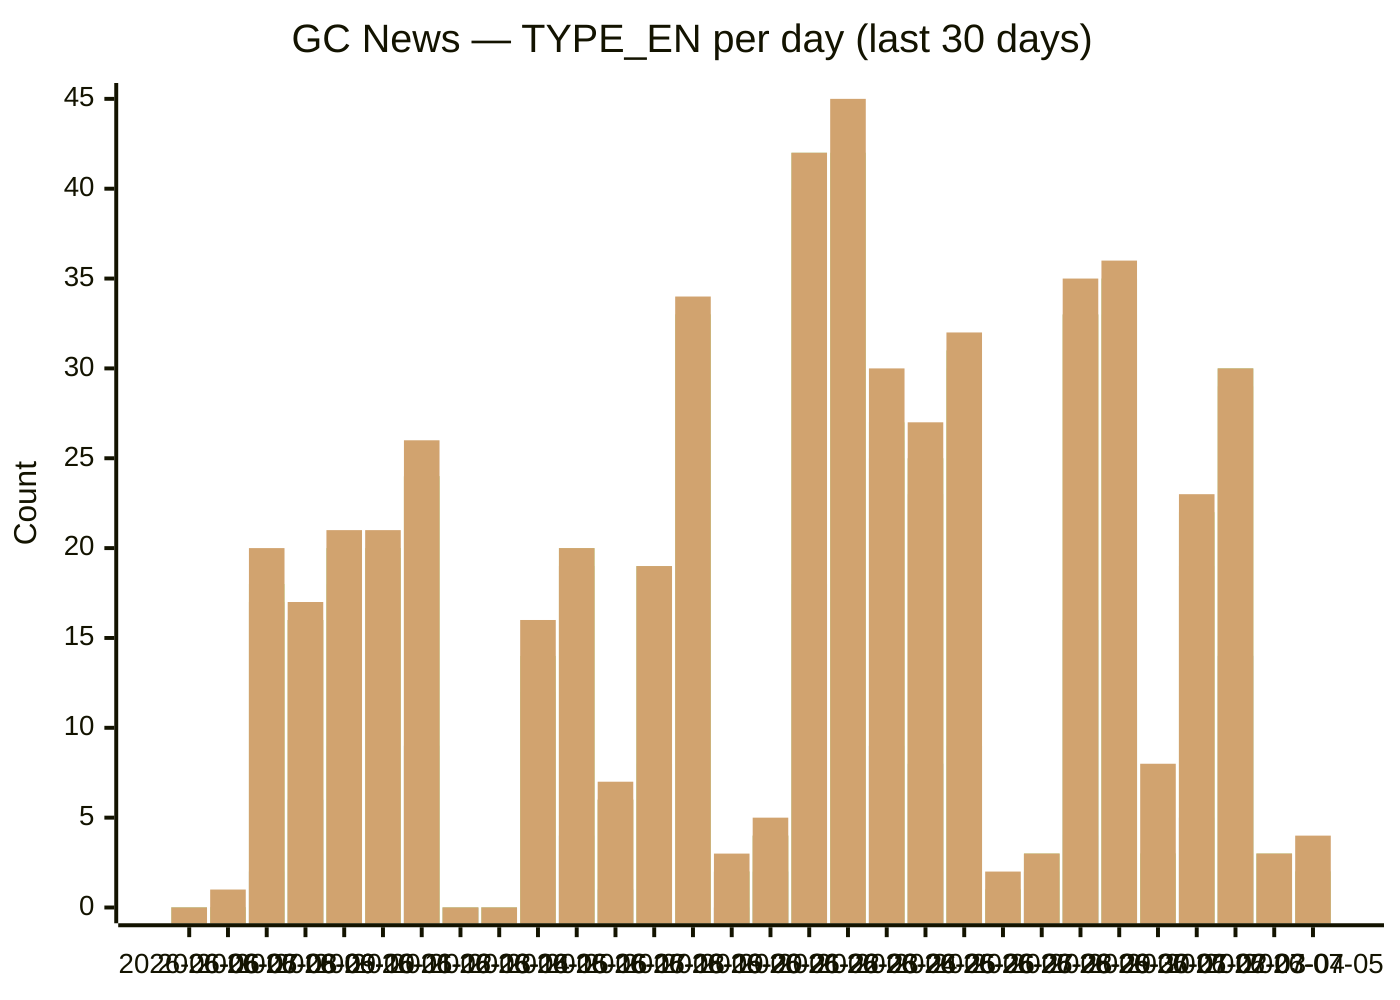
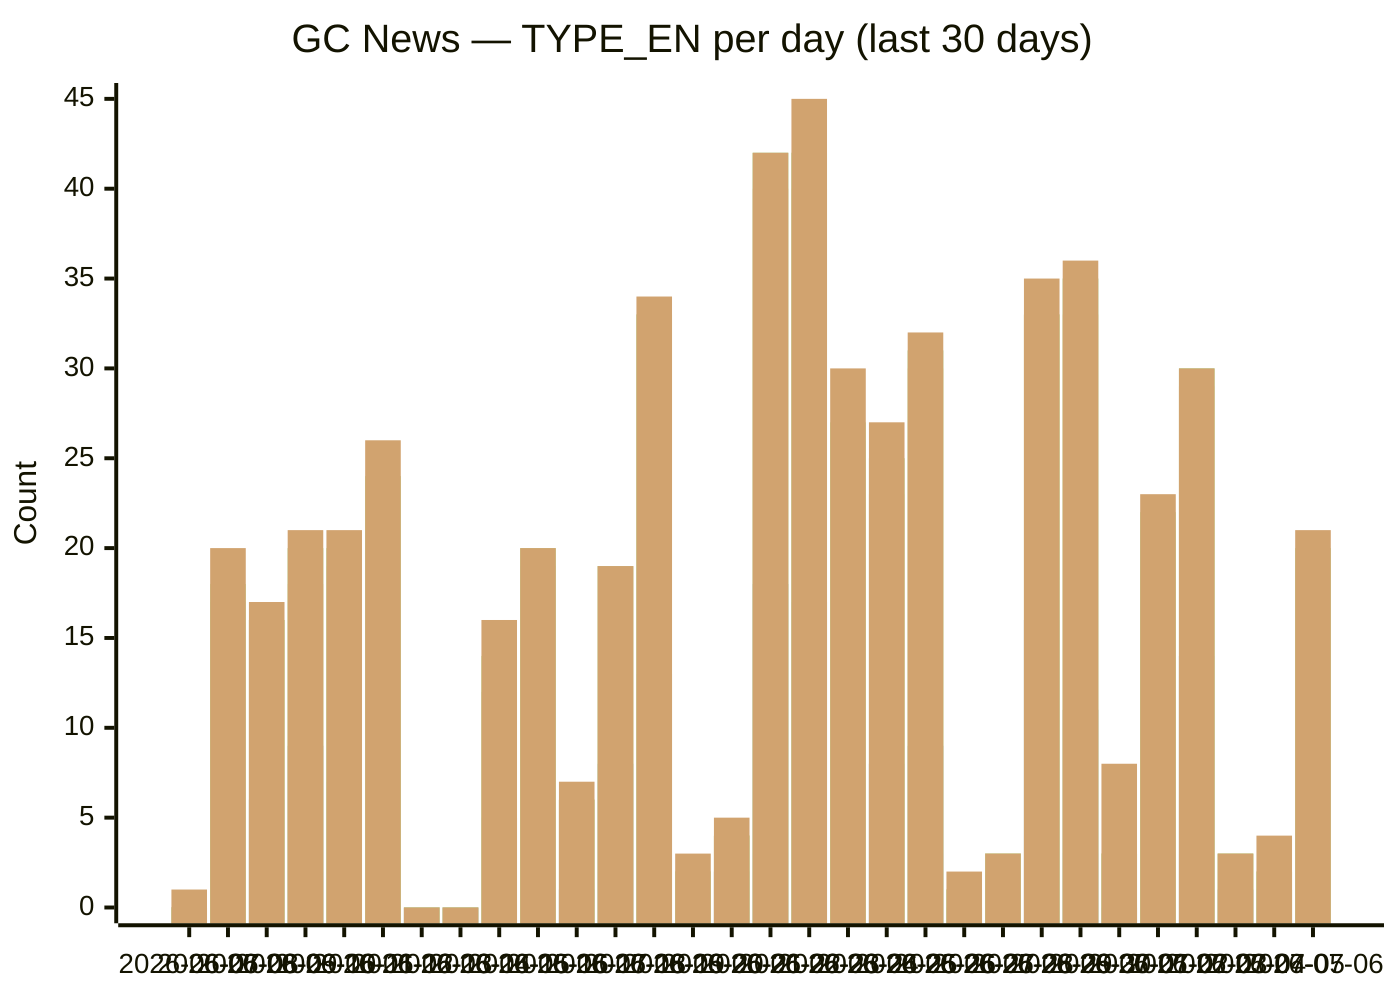
xychart-beta
  title "GC News — TYPE_EN per day (last 30 days)"
-   x-axis [2026-06-06, 2026-06-07, 2026-06-08, 2026-06-09, 2026-06-10, 2026-06-11, 2026-06-12, 2026-06-13, 2026-06-14, 2026-06-15, 2026-06-16, 2026-06-17, 2026-06-18, 2026-06-19, 2026-06-20, 2026-06-21, 2026-06-22, 2026-06-23, 2026-06-24, 2026-06-25, 2026-06-26, 2026-06-27, 2026-06-28, 2026-06-29, 2026-06-30, 2026-07-01, 2026-07-02, 2026-07-03, 2026-07-04, 2026-07-05]
+   x-axis [2026-06-07, 2026-06-08, 2026-06-09, 2026-06-10, 2026-06-11, 2026-06-12, 2026-06-13, 2026-06-14, 2026-06-15, 2026-06-16, 2026-06-17, 2026-06-18, 2026-06-19, 2026-06-20, 2026-06-21, 2026-06-22, 2026-06-23, 2026-06-24, 2026-06-25, 2026-06-26, 2026-06-27, 2026-06-28, 2026-06-29, 2026-06-30, 2026-07-01, 2026-07-02, 2026-07-03, 2026-07-04, 2026-07-05, 2026-07-06]
  y-axis "Count" 0 --> 45
-   bar backgrounders [0, 0, 0, 3, 2, 0, 3, 0, 0, 2, 3, 1, 2, 2, 0, 0, 3, 6, 2, 2, 3, 0, 0, 4, 3, 0, 1, 3, 1, 0]
-   bar "media advisories" [0, 0, 2, 6, 9, 7, 9, 0, 0, 5, 4, 1, 8, 13, 0, 2, 18, 17, 9, 8, 9, 0, 2, 16, 11, 0, 5, 14, 1, 1]
-   bar "news releases" [0, 0, 17, 16, 18, 19, 24, 0, 0, 12, 19, 6, 19, 33, 2, 4, 40, 40, 25, 23, 30, 1, 3, 33, 33, 3, 19, 29, 3, 2]
-   bar readouts [0, 0, 17, 16, 20, 20, 24, 0, 0, 12, 19, 6, 19, 33, 2, 4, 42, 42, 26, 25, 31, 1, 3, 33, 35, 3, 21, 30, 3, 2]
-   bar speeches [0, 0, 18, 16, 20, 20, 24, 0, 0, 14, 20, 6, 19, 33, 2, 4, 42, 42, 27, 25, 31, 1, 3, 33, 35, 3, 22, 30, 3, 2]
-   bar statements [0, 1, 20, 17, 21, 21, 26, 0, 0, 16, 20, 7, 19, 34, 3, 5, 42, 45, 30, 27, 32, 2, 3, 35, 36, 8, 23, 30, 3, 4]
+   bar backgrounders [0, 0, 3, 2, 0, 3, 0, 0, 2, 3, 1, 2, 2, 0, 0, 3, 6, 2, 2, 3, 0, 0, 4, 3, 0, 1, 3, 1, 0, 3]
+   bar "media advisories" [0, 2, 6, 9, 7, 9, 0, 0, 5, 4, 1, 8, 13, 0, 2, 18, 17, 9, 8, 9, 0, 2, 16, 11, 0, 5, 14, 1, 1, 8]
+   bar "news releases" [0, 17, 16, 18, 19, 24, 0, 0, 12, 19, 6, 19, 33, 2, 4, 40, 40, 25, 23, 30, 1, 3, 33, 33, 3, 19, 29, 3, 2, 19]
+   bar readouts [0, 17, 16, 20, 20, 24, 0, 0, 12, 19, 6, 19, 33, 2, 4, 42, 42, 26, 25, 31, 1, 3, 33, 35, 3, 21, 30, 3, 2, 20]
+   bar speeches [0, 18, 16, 20, 20, 24, 0, 0, 14, 20, 6, 19, 33, 2, 4, 42, 42, 27, 25, 31, 1, 3, 33, 35, 3, 22, 30, 3, 2, 20]
+   bar statements [1, 20, 17, 21, 21, 26, 0, 0, 16, 20, 7, 19, 34, 3, 5, 42, 45, 30, 27, 32, 2, 3, 35, 36, 8, 23, 30, 3, 4, 21]
